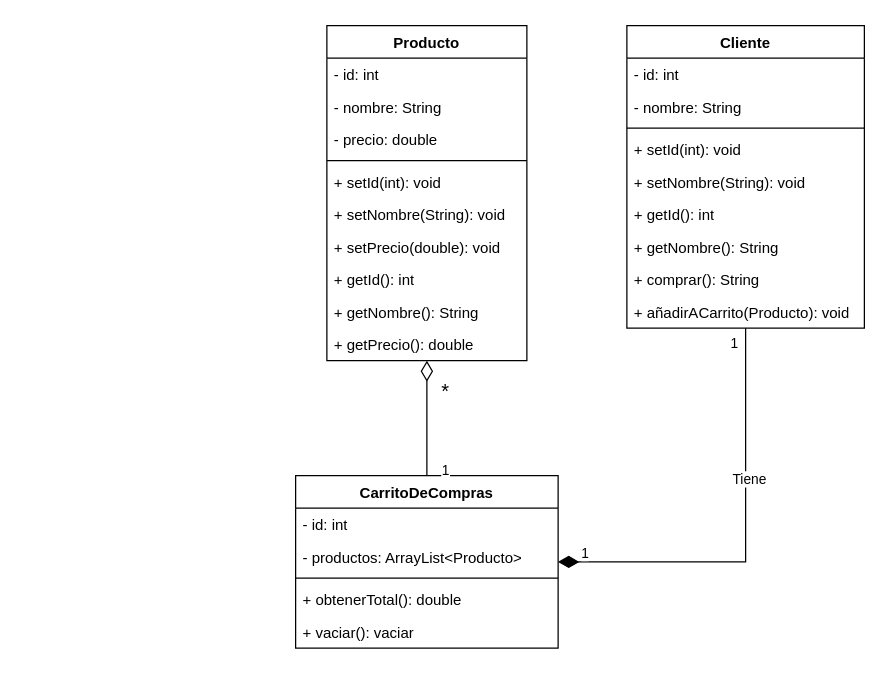
This is Diagrama sin título.drawio from DerickLagunes/POO, a draw.io file, before an edit. Source tidied: cells renumbered, new cells numbered last; positions are measured from the earlier drawing's top-left corner, leaving out a move shared by most shapes. Both pictures are drawn from the tidied source at 125%, with x=0, y=0 at pixel (295, 25).
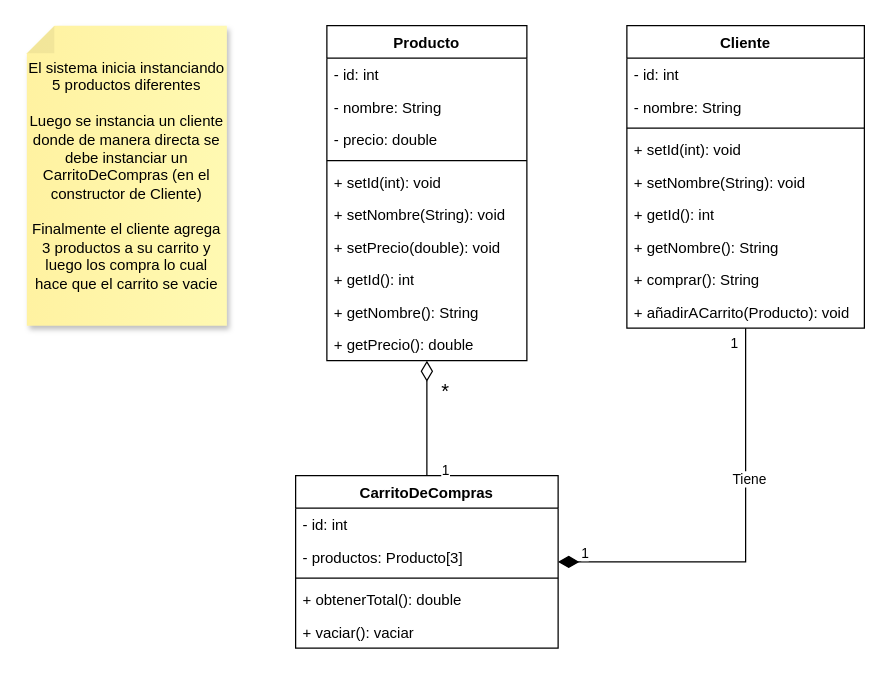
The same page after the edit.

The change refers to these unchanged cells:
```xml
<mxCell id="23" value="CarritoDeCompras" style="swimlane;fontStyle=1;align=center;verticalAlign=top;horizontal=1;startSize=26;whiteSpace=wrap;html=1;" parent="1" vertex="1">
  <mxGeometry y="360" width="210" height="138" as="geometry" />
</mxCell>
```

Change to the diagram source:
```diff
@@
-    <mxCell id="25" value="- productos: ArrayList&amp;lt;Producto&amp;gt;" style="text;strokeColor=none;fillColor=none;align=left;verticalAlign=top;spacingLeft=4;spacingRight=4;overflow=hidden;whiteSpace=wrap;html=1;" parent="23" vertex="1">
+    <mxCell id="25" value="- productos: Producto[3]" style="text;strokeColor=none;fillColor=none;align=left;verticalAlign=top;spacingLeft=4;spacingRight=4;overflow=hidden;whiteSpace=wrap;html=1;" parent="23" vertex="1">
       <mxGeometry y="52" width="210" height="26" as="geometry" />
     </mxCell>
@@
+    <mxCell id="34" value="El sistema inicia instanciando 5 productos diferentes&lt;div&gt;&lt;br&gt;&lt;/div&gt;&lt;div&gt;Luego se instancia un cliente donde de manera directa se debe instanciar un CarritoDeCompras (en el constructor de Cliente)&lt;/div&gt;&lt;div&gt;&lt;br&gt;&lt;/div&gt;&lt;div&gt;Finalmente el cliente agrega 3 productos a su carrito y luego los compra lo cual hace que el carrito se vacie&lt;/div&gt;" style="shape=note;whiteSpace=wrap;html=1;backgroundOutline=1;fontColor=#000000;darkOpacity=0.05;fillColor=#FFF9B2;strokeColor=none;fillStyle=solid;direction=north;gradientDirection=north;gradientColor=#FFF2A1;shadow=1;size=22;" parent="1" vertex="1">
+      <mxGeometry x="-215" width="160" height="240" as="geometry" />
+    </mxCell>
```
